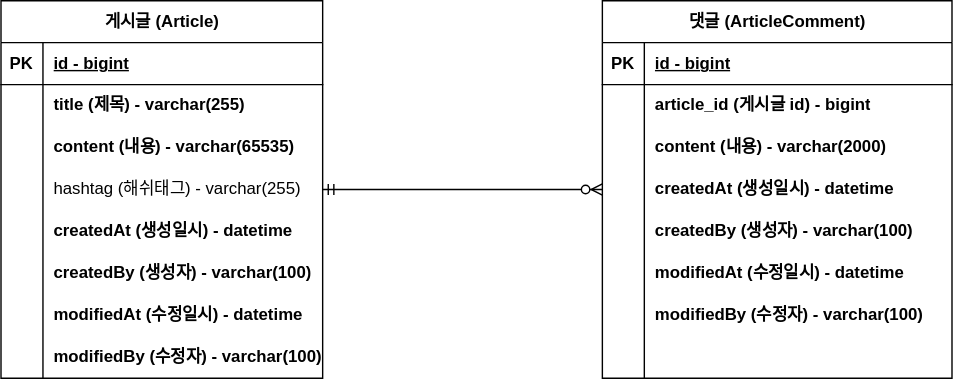
shw7349/JavaBoardProject keeps this draw.io diagram as Diagram/project-board-erd.drawio.svg. Above is the earlier version. Source tidied: cells renumbered, new cells last; positions are measured from the earlier drawing's top-left corner, leaving out a move shared by most shapes.
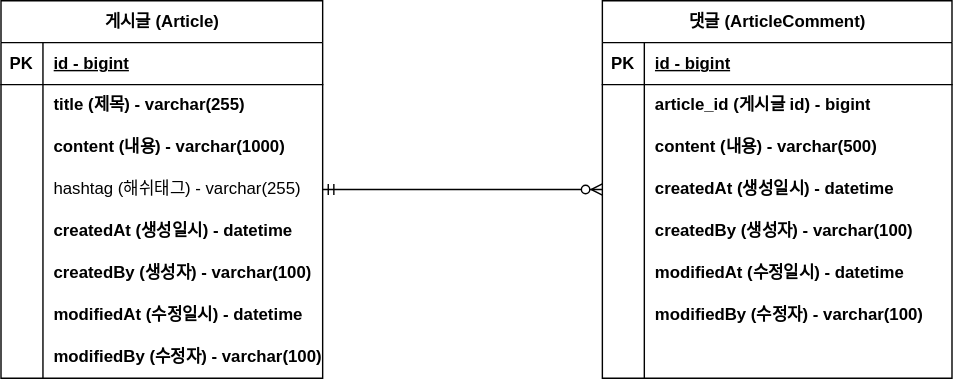
The same file after the commit.

Commit message:
#3 erd업데이트 (content 사이즈수정)

The edit, as a diff of the source:
```diff
@@ -29,7 +29,7 @@
     <mxCell id="10" style="shape=partialRectangle;fillColor=none;top=0;left=0;bottom=0;right=0;overflow=hidden;whiteSpace=wrap;html=1;" parent="9" vertex="1">
       <mxGeometry width="30" height="30" as="geometry" />
     </mxCell>
-    <mxCell id="11" value="content (내용) - varchar(65535)" style="shape=partialRectangle;fillColor=none;top=0;left=0;bottom=0;right=0;align=left;spacingLeft=6;overflow=hidden;whiteSpace=wrap;html=1;fontStyle=1;" parent="9" vertex="1">
+    <mxCell id="11" value="content (내용) - varchar(1000)" style="shape=partialRectangle;fillColor=none;top=0;left=0;bottom=0;right=0;align=left;spacingLeft=6;overflow=hidden;whiteSpace=wrap;html=1;fontStyle=1;" parent="9" vertex="1">
       <mxGeometry x="30" width="200" height="30" as="geometry" />
     </mxCell>
     <mxCell id="12" style="shape=tableRow;horizontal=0;startSize=0;swimlaneHead=0;swimlaneBody=0;fillColor=none;points=[[0,0.5],[1,0.5]];portConstraint=eastwest;top=0;left=0;right=0;bottom=0;" parent="2" vertex="1">
@@ -104,7 +104,7 @@
     <mxCell id="35" style="shape=partialRectangle;fillColor=none;top=0;left=0;bottom=0;right=0;overflow=hidden;whiteSpace=wrap;html=1;" parent="34" vertex="1">
       <mxGeometry width="30" height="30" as="geometry" />
     </mxCell>
-    <mxCell id="36" value="content (내용) - varchar(2000)" style="shape=partialRectangle;fillColor=none;top=0;left=0;bottom=0;right=0;align=left;spacingLeft=6;overflow=hidden;whiteSpace=wrap;html=1;fontStyle=1;" parent="34" vertex="1">
+    <mxCell id="36" value="content (내용) - varchar(500)" style="shape=partialRectangle;fillColor=none;top=0;left=0;bottom=0;right=0;align=left;spacingLeft=6;overflow=hidden;whiteSpace=wrap;html=1;fontStyle=1;" parent="34" vertex="1">
       <mxGeometry x="30" width="220" height="30" as="geometry" />
     </mxCell>
     <mxCell id="37" style="shape=tableRow;horizontal=0;startSize=0;swimlaneHead=0;swimlaneBody=0;fillColor=none;points=[[0,0.5],[1,0.5]];portConstraint=eastwest;top=0;left=0;right=0;bottom=0;" parent="27" vertex="1">
```
